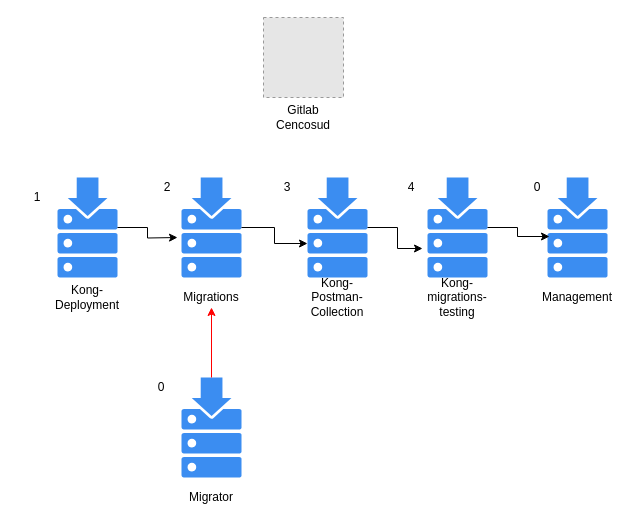
The draw.io diagram Untitled Diagram.drawio in franviera92/Draw.io, before the edit. Source tidied: cells renumbered, new cells numbered last; positions are measured from the earlier drawing's top-left corner, leaving out a move shared by most shapes. Both pictures are drawn from the tidied source at 100%, with x=0, y=0 at pixel (17, 17). Pictures stored in the file or linked from it are replaced by grey dashed boxes.
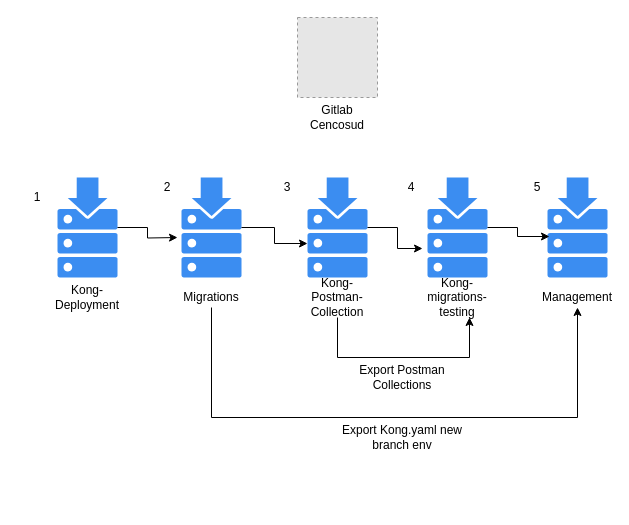
The same diagram, later.

Unchanged cells that the change refers to:
```xml
<mxCell id="4" value="Migrations" style="text;html=1;strokeColor=none;fillColor=none;align=center;verticalAlign=middle;whiteSpace=wrap;rounded=0;" parent="2" vertex="1">
  <mxGeometry x="7" y="110" width="46" height="20" as="geometry" />
</mxCell>
<mxCell id="16" value="Management" style="text;html=1;strokeColor=none;fillColor=none;align=center;verticalAlign=middle;whiteSpace=wrap;rounded=0;" parent="14" vertex="1">
  <mxGeometry x="7" y="110" width="46" height="20" as="geometry" />
</mxCell>
```

Diff of the diagram source:
```diff
@@
-    <mxCell id="17" style="group;" parent="1" vertex="1">
-      <mxGeometry x="164" y="360" width="60" height="130" as="geometry" />
-    </mxCell>
-    <mxCell id="18" style="html=1;strokeColor=none;shadow=0;align=center;verticalAlign=top;fillColor=#3B8DF1;shape=mxgraph.gcp2.repository;" parent="17" vertex="1">
-      <mxGeometry width="60" height="100" as="geometry" />
-    </mxCell>
-    <mxCell id="19" value="Migrator" style="text;html=1;strokeColor=none;fillColor=none;align=center;verticalAlign=middle;whiteSpace=wrap;rounded=0;" parent="17" vertex="1">
-      <mxGeometry x="7" y="110" width="46" height="20" as="geometry" />
-    </mxCell>
@@
-    <mxCell id="24" style="edgeStyle=orthogonalEdgeStyle;rounded=0;jettySize=auto;html=1;entryX=0.5;entryY=1;entryDx=0;entryDy=0;strokeColor=#FF0000;" parent="1" edge="1" source="18" target="4">
-      <mxGeometry relative="1" as="geometry" />
-    </mxCell>
     <mxCell id="25" style="group;" parent="1" vertex="1">
-      <mxGeometry x="246" width="80" height="110" as="geometry" />
+      <mxGeometry x="280" width="80" height="110" as="geometry" />
     </mxCell>
@@
-    <mxCell id="28" value="0" style="text;html=1;strokeColor=none;fillColor=none;align=center;verticalAlign=middle;whiteSpace=wrap;rounded=0;" parent="1" vertex="1">
-      <mxGeometry x="124" y="360" width="40" height="20" as="geometry" />
-    </mxCell>
@@
-    <mxCell id="33" value="0" style="text;html=1;strokeColor=none;fillColor=none;align=center;verticalAlign=middle;whiteSpace=wrap;rounded=0;" parent="1" vertex="1">
+    <mxCell id="33" value="5" style="text;html=1;strokeColor=none;fillColor=none;align=center;verticalAlign=middle;whiteSpace=wrap;rounded=0;" parent="1" vertex="1">
       <mxGeometry x="500" y="160" width="40" height="20" as="geometry" />
     </mxCell>
+    <mxCell id="34" style="edgeStyle=orthogonalEdgeStyle;rounded=0;jettySize=auto;html=1;" parent="1" edge="1" source="4" target="16">
+      <mxGeometry relative="1" as="geometry">
+        <Array as="points">
+          <mxPoint x="194" y="400" />
+          <mxPoint x="560" y="400" />
+        </Array>
+      </mxGeometry>
+    </mxCell>
+    <mxCell id="35" style="edgeStyle=orthogonalEdgeStyle;rounded=0;orthogonalLoop=1;jettySize=auto;html=1;" parent="1" edge="1">
+      <mxGeometry relative="1" as="geometry">
+        <mxPoint x="320" y="300" as="sourcePoint" />
+        <mxPoint x="452" y="300" as="targetPoint" />
+        <Array as="points">
+          <mxPoint x="320" y="340" />
+          <mxPoint x="452" y="340" />
+        </Array>
+      </mxGeometry>
+    </mxCell>
+    <mxCell id="36" value="Export Postman Collections" style="text;html=1;strokeColor=none;fillColor=none;align=center;verticalAlign=middle;whiteSpace=wrap;rounded=0;" parent="1" vertex="1">
+      <mxGeometry x="320" y="350" width="130" height="20" as="geometry" />
+    </mxCell>
+    <mxCell id="37" value="Export Kong.yaml new branch env" style="text;html=1;strokeColor=none;fillColor=none;align=center;verticalAlign=middle;whiteSpace=wrap;rounded=0;" parent="1" vertex="1">
+      <mxGeometry x="320" y="410" width="130" height="20" as="geometry" />
+    </mxCell>
```
